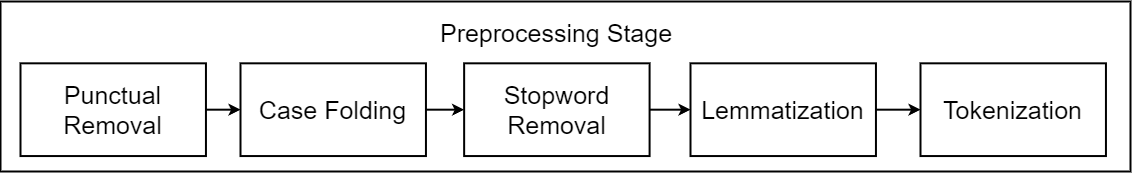
The draw.io diagram preprocessing.png in erlanggadewa/Sentiment-Analysis-Review-Steam, before a commit. Source tidied: cells renumbered, new cells last; positions are measured from the earlier drawing's top-left corner, leaving out a move shared by most shapes.
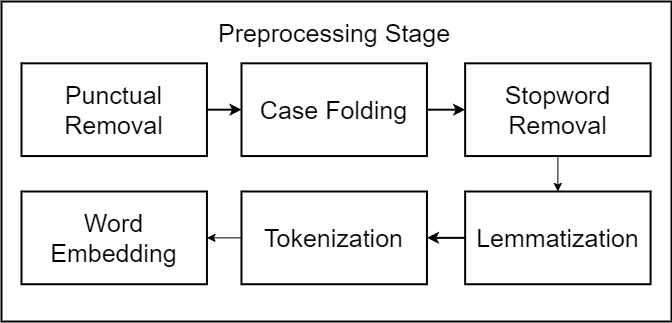
The same file after the commit.

The edit, as a diff of the source:
```diff
@@ -3,7 +3,7 @@
     <mxCell id="0" />
     <mxCell id="1" parent="0" />
     <mxCell id="2" style="rounded=0;whiteSpace=wrap;html=1;fontSize=25;strokeWidth=2;" parent="1" vertex="1">
-      <mxGeometry width="1130" height="170" as="geometry" />
+      <mxGeometry width="670" height="320" as="geometry" />
     </mxCell>
     <mxCell id="3" style="edgeStyle=none;html=1;entryX=0;entryY=0.5;entryDx=0;entryDy=0;fontSize=25;strokeWidth=2;" parent="1" edge="1" source="4" target="6">
       <mxGeometry relative="1" as="geometry" />
@@ -17,23 +17,29 @@
     <mxCell id="6" value="&lt;span style=&quot;color: rgb(0, 0, 0);&quot;&gt;Case Folding&lt;/span&gt;" style="rounded=0;whiteSpace=wrap;html=1;fontSize=25;strokeWidth=2;" parent="1" vertex="1">
       <mxGeometry x="240" y="61.8" width="185.5" height="92.7" as="geometry" />
     </mxCell>
-    <mxCell id="7" style="edgeStyle=none;html=1;entryX=0;entryY=0.5;entryDx=0;entryDy=0;fontSize=25;strokeWidth=2;" parent="1" edge="1" source="8" target="10">
+    <mxCell id="7" style="edgeStyle=none;html=1;entryX=0.5;entryY=0;entryDx=0;entryDy=0;" parent="1" edge="1" source="8" target="10">
       <mxGeometry relative="1" as="geometry" />
     </mxCell>
     <mxCell id="8" value="Stopword Removal" style="rounded=0;whiteSpace=wrap;html=1;fontSize=25;strokeWidth=2;" parent="1" vertex="1">
       <mxGeometry x="463.6" y="61.8" width="185.5" height="92.7" as="geometry" />
     </mxCell>
-    <mxCell id="9" style="edgeStyle=none;html=1;entryX=0;entryY=0.5;entryDx=0;entryDy=0;fontSize=25;strokeWidth=2;" parent="1" edge="1" source="10" target="11">
+    <mxCell id="9" style="edgeStyle=none;html=1;entryX=1;entryY=0.5;entryDx=0;entryDy=0;fontSize=25;strokeWidth=2;" parent="1" edge="1" source="10" target="11">
       <mxGeometry relative="1" as="geometry" />
     </mxCell>
     <mxCell id="10" value="Lemmatization" style="rounded=0;whiteSpace=wrap;html=1;fontSize=25;strokeWidth=2;" parent="1" vertex="1">
-      <mxGeometry x="690" y="61.8" width="185.5" height="92.7" as="geometry" />
+      <mxGeometry x="463.6" y="190" width="185.5" height="92.7" as="geometry" />
     </mxCell>
+    <mxCell id="13" style="edgeStyle=none;html=1;entryX=1;entryY=0.5;entryDx=0;entryDy=0;" parent="1" edge="1" source="11" target="14">
+      <mxGeometry relative="1" as="geometry" />
+    </mxCell>
     <mxCell id="11" value="Tokenization" style="rounded=0;whiteSpace=wrap;html=1;fontSize=25;strokeWidth=2;" parent="1" vertex="1">
-      <mxGeometry x="920" y="61.8" width="185.5" height="92.7" as="geometry" />
+      <mxGeometry x="240" y="190" width="185.5" height="92.7" as="geometry" />
     </mxCell>
     <mxCell id="12" value="Preprocessing Stage" style="text;html=1;align=center;verticalAlign=middle;whiteSpace=wrap;rounded=0;fontSize=25;strokeWidth=2;" parent="1" vertex="1">
-      <mxGeometry x="406.4" y="7.7" width="300" height="46.4" as="geometry" />
+      <mxGeometry x="182.7" y="7.7" width="300" height="46.4" as="geometry" />
     </mxCell>
+    <mxCell id="14" value="Word Embedding" style="rounded=0;whiteSpace=wrap;html=1;fontSize=25;strokeWidth=2;" parent="1" vertex="1">
+      <mxGeometry x="20" y="190" width="185.5" height="92.7" as="geometry" />
+    </mxCell>
   </root>
 </mxGraphModel>
```
